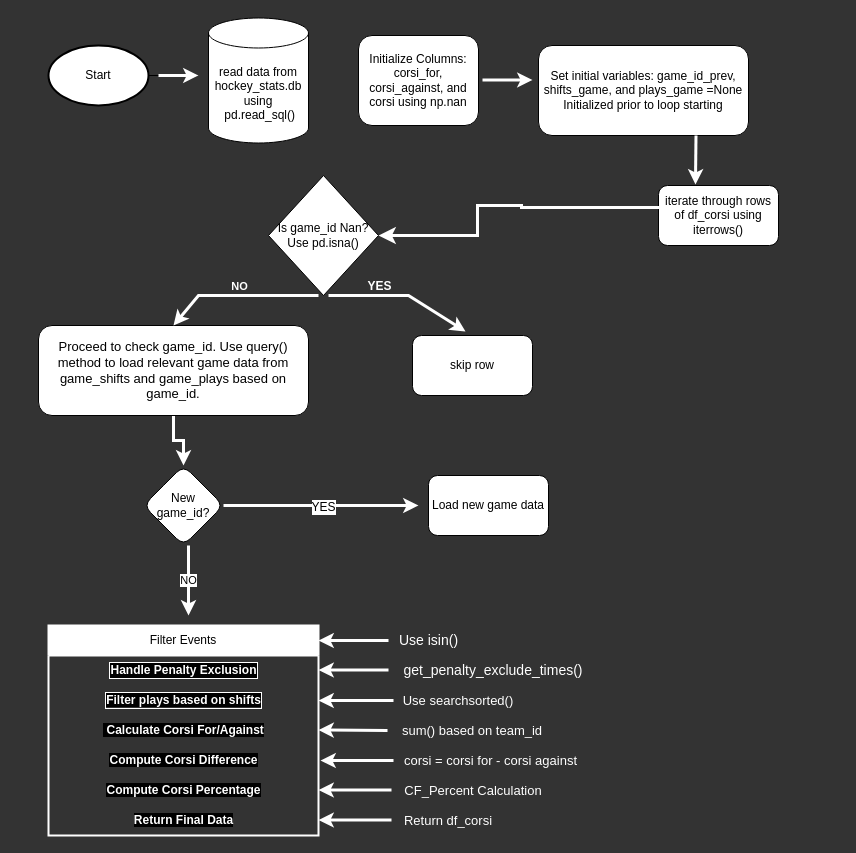
ewnike/cost_cup keeps this draw.io diagram as flowforcorsi.drawio. Above is the earlier version. Source tidied: cells renumbered, new cells numbered last; positions are measured from the earlier drawing's top-left corner, leaving out a move shared by most shapes. Both pictures are drawn from the tidied source at 100%, with x=0, y=0 at pixel (38, 17).
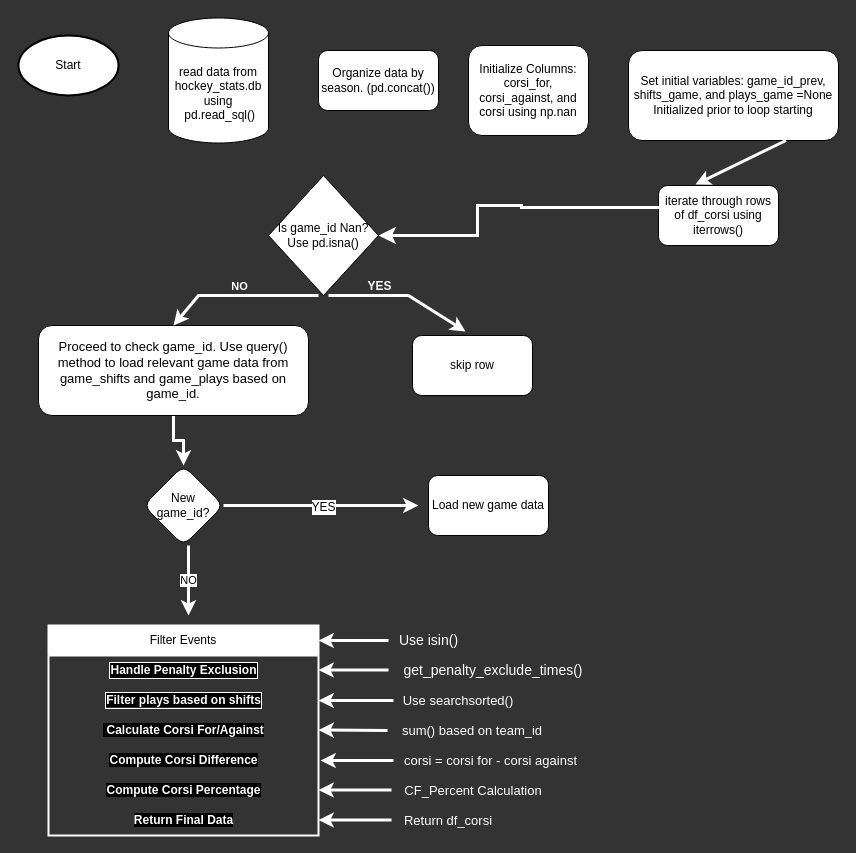
Above is the later version.

Diff of the diagram source:
```diff
@@
     <mxCell id="3" value="Set initial variables: game_id_prev, shifts_game, and plays_game =None Initialized prior to loop starting" style="rounded=1;whiteSpace=wrap;html=1;fontSize=12;glass=0;strokeWidth=1;shadow=0;labelBackgroundColor=none;" parent="1" vertex="1">
-      <mxGeometry x="500" y="28" width="210" height="90" as="geometry" />
+      <mxGeometry x="590" y="33" width="210" height="90" as="geometry" />
     </mxCell>
-    <mxCell id="4" style="edgeStyle=orthogonalEdgeStyle;rounded=0;jettySize=auto;html=1;labelBackgroundColor=none;fontColor=default;" parent="1" edge="1" source="5">
-      <mxGeometry relative="1" as="geometry">
-        <mxPoint x="160" y="58" as="targetPoint" />
-      </mxGeometry>
-    </mxCell>
     <mxCell id="5" value="Start" style="strokeWidth=2;html=1;shape=mxgraph.flowchart.start_1;whiteSpace=wrap;labelBackgroundColor=none;" parent="1" vertex="1">
-      <mxGeometry x="10" y="28" width="100" height="60" as="geometry" />
+      <mxGeometry x="-20" y="18" width="100" height="60" as="geometry" />
     </mxCell>
-    <mxCell id="6" style="endArrow=classic;html=1;rounded=0;labelBackgroundColor=none;fontColor=default;strokeColor=#FFFFFF;strokeWidth=3;" parent="1" edge="1">
-      <mxGeometry relative="1" as="geometry">
-        <mxPoint x="120" y="58" as="sourcePoint" />
-        <mxPoint x="160" y="58" as="targetPoint" />
-      </mxGeometry>
-    </mxCell>
     <mxCell id="7" value="Initialize Columns: corsi_for, corsi_against, and corsi using np.nan" style="rounded=1;whiteSpace=wrap;html=1;fontSize=12;glass=0;strokeWidth=1;shadow=0;labelBackgroundColor=none;" parent="1" vertex="1">
-      <mxGeometry x="320" y="18" width="120" height="90" as="geometry" />
+      <mxGeometry x="430" y="28" width="120" height="90" as="geometry" />
     </mxCell>
@@
-    <mxCell id="26" style="edgeStyle=none;orthogonalLoop=1;jettySize=auto;html=1;rounded=0;labelBackgroundColor=none;fontColor=default;strokeWidth=3;strokeColor=#FFFFFF;" parent="1" edge="1">
-      <mxGeometry relative="1" as="geometry">
-        <mxPoint x="444" y="62.5" as="sourcePoint" />
-        <mxPoint x="494" y="62.5" as="targetPoint" />
-      </mxGeometry>
-    </mxCell>
@@
     <mxCell id="46" value="read data from hockey_stats.db using &amp;nbsp;pd.read_sql()" style="shape=cylinder3;whiteSpace=wrap;html=1;boundedLbl=1;backgroundOutline=1;size=15;" parent="1" vertex="1">
-      <mxGeometry x="170" y="0.5" width="100" height="125" as="geometry" />
+      <mxGeometry x="130" y="0.5" width="100" height="125" as="geometry" />
     </mxCell>
+    <mxCell id="47" value="Organize data by season. (pd.concat())" style="rounded=1;whiteSpace=wrap;html=1;" parent="1" vertex="1">
+      <mxGeometry x="280" y="33" width="120" height="60" as="geometry" />
+    </mxCell>
```
